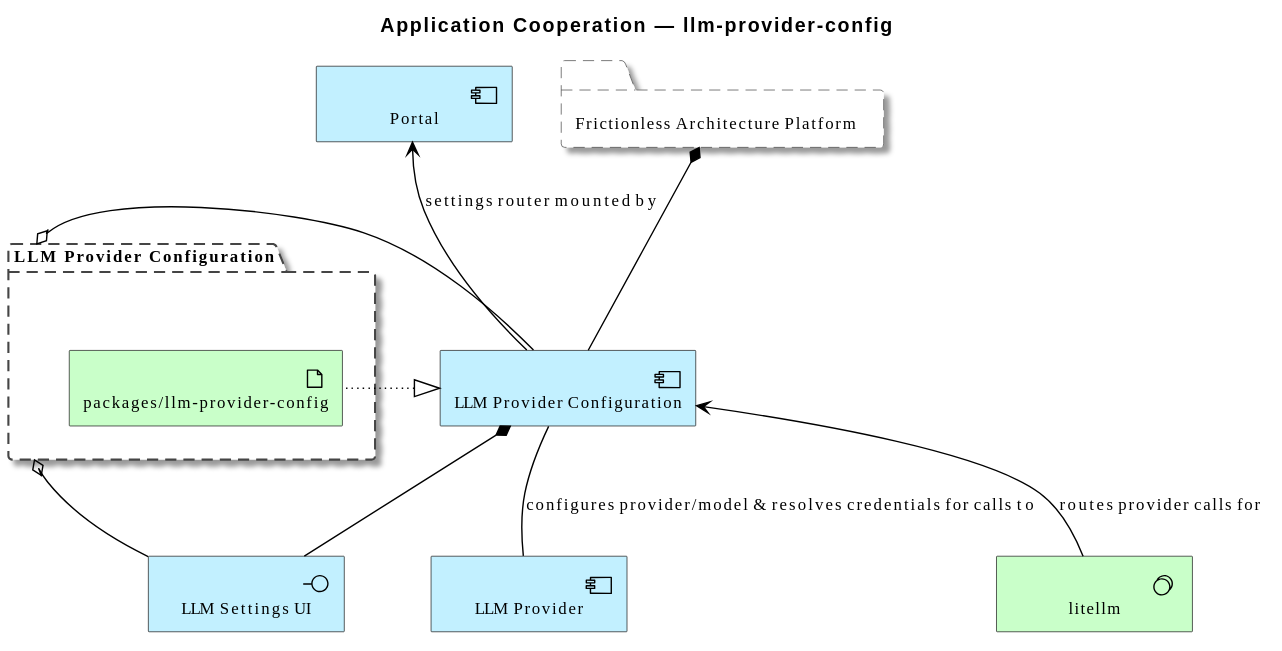
The PlantUML diagram architecture/model/diagrams/application/cooperation/llm-provider-config.svg in wolffy-au/frictionless-architect, before a commit.
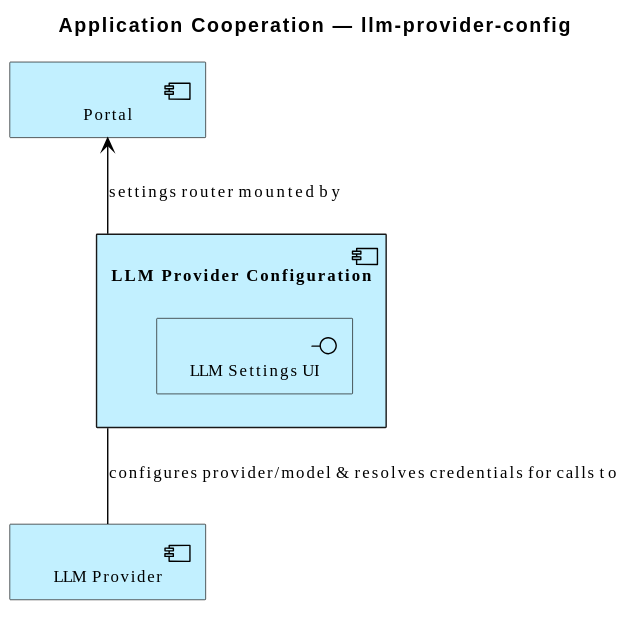
Later version of the same file.

Diff of the diagram source:
```diff
@@ -4,22 +4,12 @@
 scale max 3800 width
 title Application Cooperation — llm-provider-config
 
-Grouping(e_id54dd4701dbf151, "Frictionless Architecture Platform")
-Application_Component(e_id305eddd7c8dc55, "LLM Provider Configuration")
+Application_Component(e_id305eddd7c8dc55, "LLM Provider Configuration") {
+  Application_Interface(e_idcefe9c2a8ca45f, "LLM Settings UI")
+}
 Application_Component(e_id6c2233bb09755d, "Portal")
-Application_Interface(e_idcefe9c2a8ca45f, "LLM Settings UI")
 Application_Component(e_id2610ae0cc2cc50, "LLM Provider")
-Technology_SystemSoftware(e_ida94fafd401dd5f, "litellm")
-Grouping(e_id9820051a523257, "LLM Provider Configuration") {
-  Technology_Artifact(e_id2b059f9c51b053, "packages/llm-provider-config")
-}
 
-Rel_Composition(e_id54dd4701dbf151, e_id305eddd7c8dc55, "")
 Rel_Association(e_id305eddd7c8dc55, e_id2610ae0cc2cc50, "configures provider/model & resolves credentials for calls to")
-Rel_Realization_Up(e_id2b059f9c51b053, e_id305eddd7c8dc55, "")
-Rel_Composition(e_id305eddd7c8dc55, e_idcefe9c2a8ca45f, "")
 Rel_Serving_Up(e_id305eddd7c8dc55, e_id6c2233bb09755d, "settings router mounted by")
-Rel_Serving_Up(e_ida94fafd401dd5f, e_id305eddd7c8dc55, "routes provider calls for")
-Rel_Aggregation(e_id9820051a523257, e_id305eddd7c8dc55, "")
-Rel_Aggregation(e_id9820051a523257, e_idcefe9c2a8ca45f, "")
 @enduml
```
